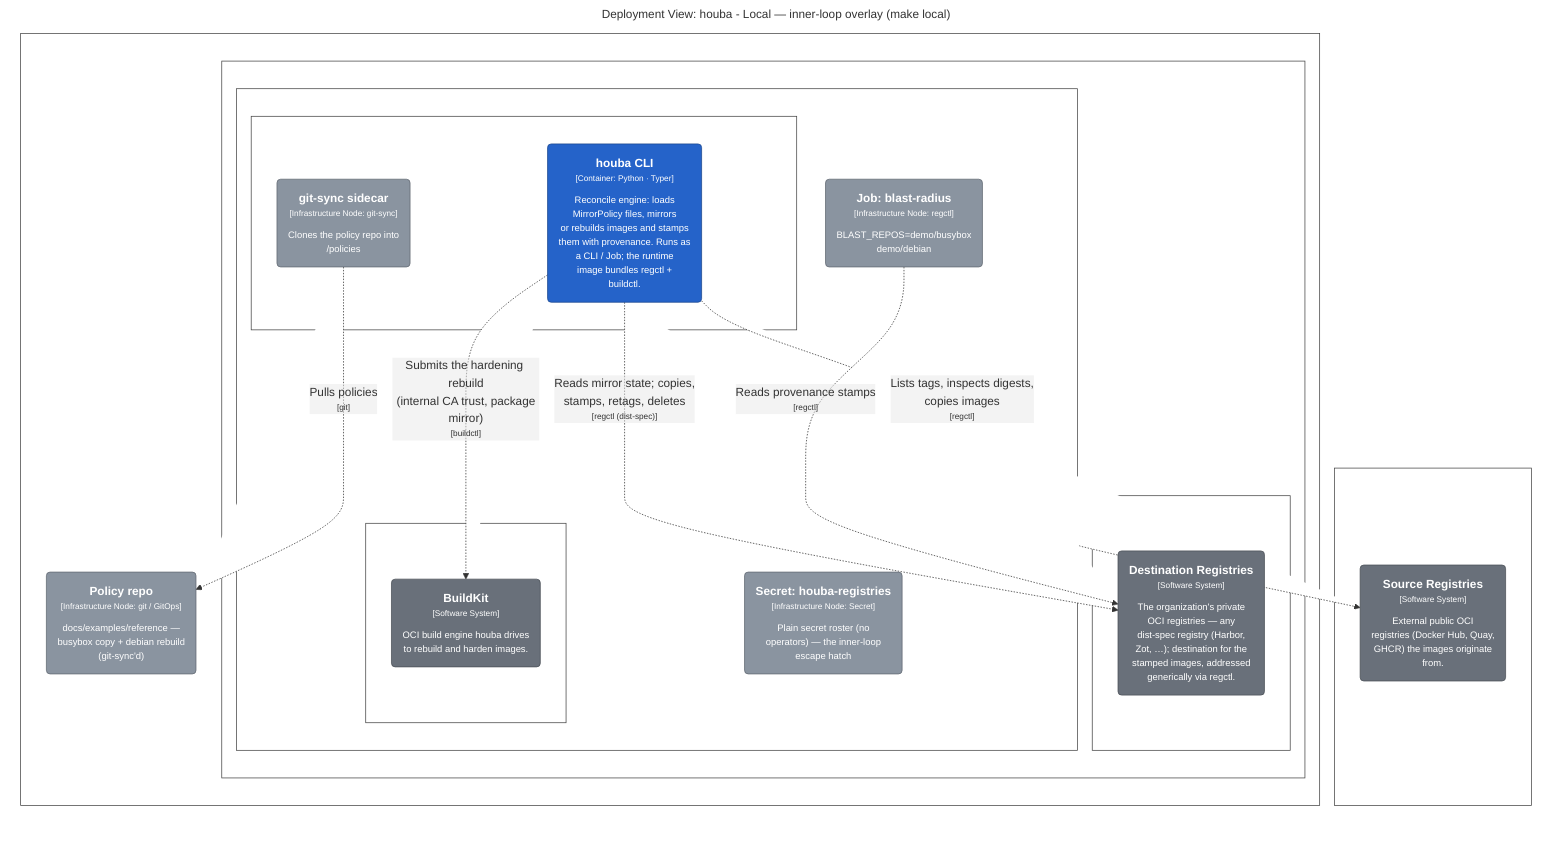
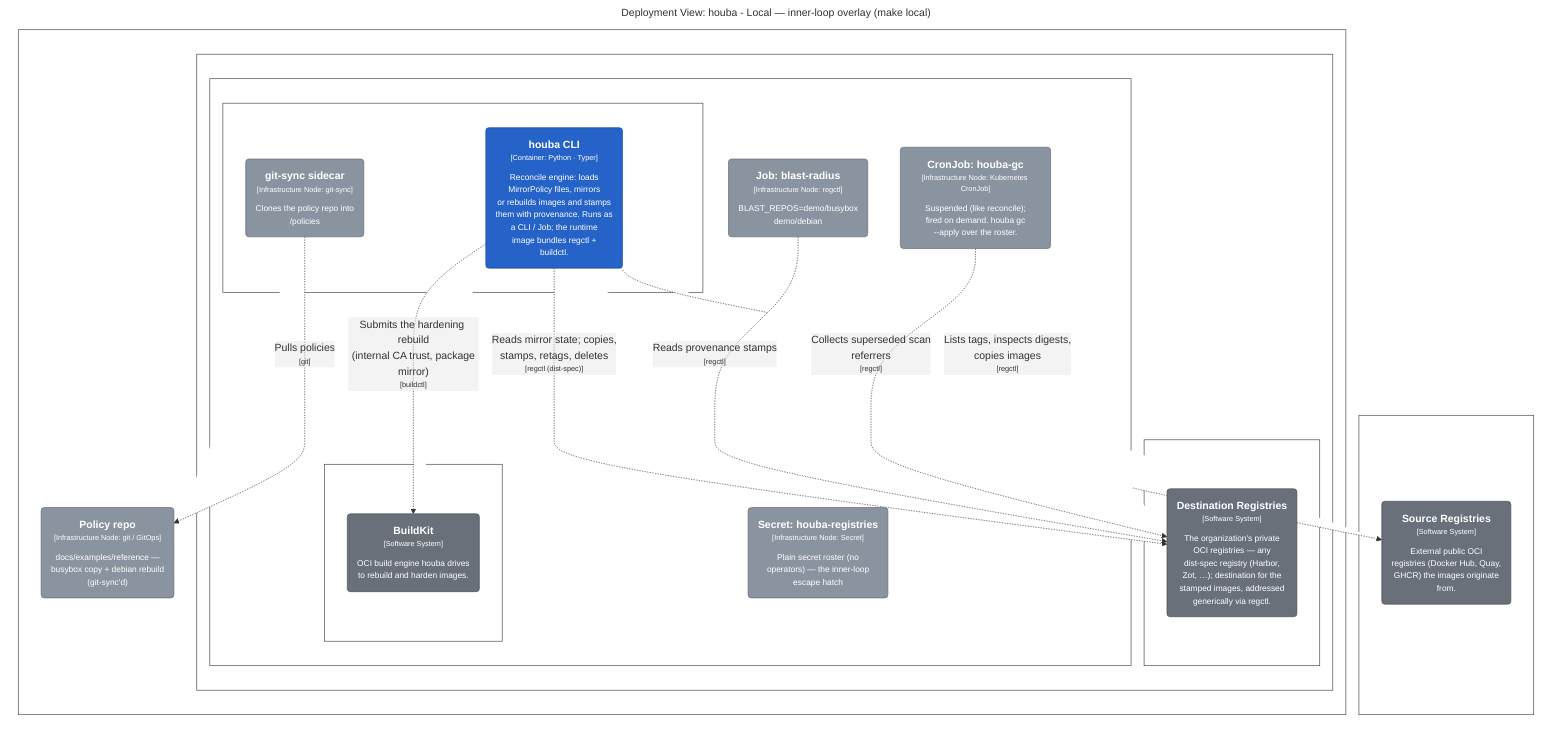
graph LR
  linkStyle default fill:#ffffff

  subgraph diagram ["Deployment View: houba - Local — inner-loop overlay (make local)"]
    style diagram fill:#ffffff,stroke:#ffffff

    subgraph 182 ["Operator host"]
      style 182 fill:#ffffff,stroke:#444444,color:#ffffff

      183("<div style='font-weight: bold'>Policy repo</div><div style='font-size: 70%; margin-top: 0px'>[Infrastructure Node: git / GitOps]</div><div style='font-size: 80%; margin-top:10px'>docs/examples/reference —<br />busybox copy + debian rebuild<br />(git-sync'd)</div>")
      style 183 fill:#8a94a0,stroke:#606770,color:#ffffff
      subgraph 184 ["kind cluster"]
        style 184 fill:#ffffff,stroke:#444444,color:#ffffff

        subgraph 185 ["namespace: houba"]
          style 185 fill:#ffffff,stroke:#444444,color:#ffffff

          subgraph 186 ["CronJob: houba-reconcile"]
            style 186 fill:#ffffff,stroke:#444444,color:#ffffff

            187("<div style='font-weight: bold'>houba CLI</div><div style='font-size: 70%; margin-top: 0px'>[Container: Python · Typer]</div><div style='font-size: 80%; margin-top:10px'>Reconcile engine: loads<br />MirrorPolicy files, mirrors<br />or rebuilds images and stamps<br />them with provenance. Runs as<br />a CLI / Job; the runtime<br />image bundles regctl +<br />buildctl.</div>")
            style 187 fill:#2563c9,stroke:#19458c,color:#ffffff
            188("<div style='font-weight: bold'>git-sync sidecar</div><div style='font-size: 70%; margin-top: 0px'>[Infrastructure Node: git-sync]</div><div style='font-size: 80%; margin-top:10px'>Clones the policy repo into<br />/policies</div>")
            style 188 fill:#8a94a0,stroke:#606770,color:#ffffff
          end

          subgraph 189 ["Deployment: buildkitd"]
            style 189 fill:#ffffff,stroke:#444444,color:#ffffff

            190("<div style='font-weight: bold'>BuildKit</div><div style='font-size: 70%; margin-top: 0px'>[Software System]</div><div style='font-size: 80%; margin-top:10px'>OCI build engine houba drives<br />to rebuild and harden images.</div>")
            style 190 fill:#69707a,stroke:#494e55,color:#ffffff
          end

          192("<div style='font-weight: bold'>Secret: houba-registries</div><div style='font-size: 70%; margin-top: 0px'>[Infrastructure Node: Secret]</div><div style='font-size: 80%; margin-top:10px'>Plain secret roster (no<br />operators) — the inner-loop<br />escape hatch</div>")
          style 192 fill:#8a94a0,stroke:#606770,color:#ffffff
          193("<div style='font-weight: bold'>Job: blast-radius</div><div style='font-size: 70%; margin-top: 0px'>[Infrastructure Node: regctl]</div><div style='font-size: 80%; margin-top:10px'>BLAST_REPOS=demo/busybox<br />demo/debian</div>")
          style 193 fill:#8a94a0,stroke:#606770,color:#ffffff
+           196("<div style='font-weight: bold'>CronJob: houba-gc</div><div style='font-size: 70%; margin-top: 0px'>[Infrastructure Node: Kubernetes CronJob]</div><div style='font-size: 80%; margin-top:10px'>Suspended (like reconcile);<br />fired on demand. houba gc<br />--apply over the roster.</div>")
+           style 196 fill:#8a94a0,stroke:#606770,color:#ffffff
        end

        subgraph 194 ["namespace: registry"]
          style 194 fill:#ffffff,stroke:#444444,color:#ffffff

          195("<div style='font-weight: bold'>Destination Registries</div><div style='font-size: 70%; margin-top: 0px'>[Software System]</div><div style='font-size: 80%; margin-top:10px'>The organization's private<br />OCI registries — any<br />dist-spec registry (Harbor,<br />Zot, …); destination for the<br />stamped images, addressed<br />generically via regctl.</div>")
          style 195 fill:#69707a,stroke:#494e55,color:#ffffff
        end

      end

    end

    subgraph 197 ["Internet"]
      style 197 fill:#ffffff,stroke:#444444,color:#ffffff

      198("<div style='font-weight: bold'>Source Registries</div><div style='font-size: 70%; margin-top: 0px'>[Software System]</div><div style='font-size: 80%; margin-top:10px'>External public OCI<br />registries (Docker Hub, Quay,<br />GHCR) the images originate<br />from.</div>")
      style 198 fill:#69707a,stroke:#494e55,color:#ffffff
    end

    187-. "<div>Submits the hardening rebuild<br />(internal CA trust, package<br />mirror)</div><div style='font-size: 70%'>[buildctl]</div>" .->190
    187-. "<div>Reads mirror state; copies,<br />stamps, retags, deletes</div><div style='font-size: 70%'>[regctl (dist-spec)]</div>" .->195
    187-. "<div>Lists tags, inspects digests,<br />copies images</div><div style='font-size: 70%'>[regctl]</div>" .->198
    188-. "<div>Pulls policies</div><div style='font-size: 70%'>[git]</div>" .->183
    193-. "<div>Reads provenance stamps</div><div style='font-size: 70%'>[regctl]</div>" .->195
+     196-. "<div>Collects superseded scan<br />referrers</div><div style='font-size: 70%'>[regctl]</div>" .->195

  end